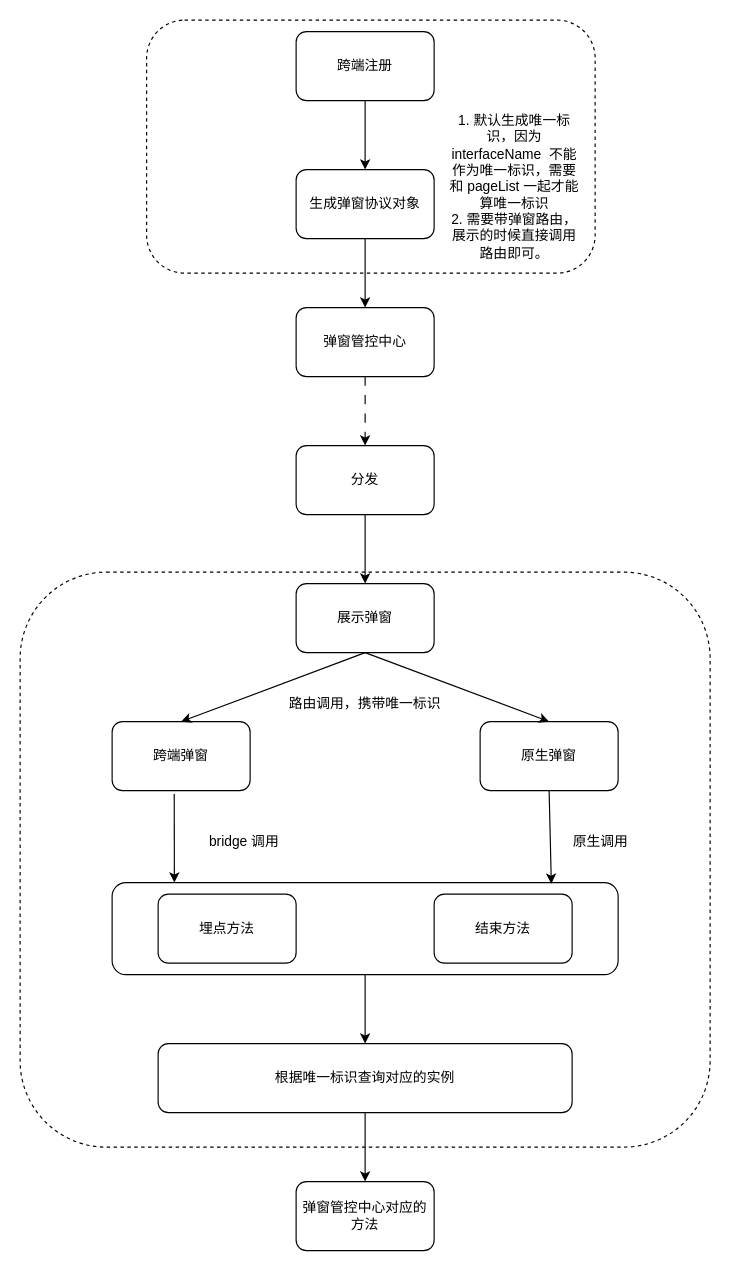
Above: 未命名绘图.drawio in fdd09/flow (draw.io), before the change. Source tidied: cells renumbered, new cells numbered last; positions are measured from the earlier drawing's top-left corner, leaving out a move shared by most shapes. Both pictures are drawn from the tidied source at 115%, with x=0, y=0 at pixel (20, 20).
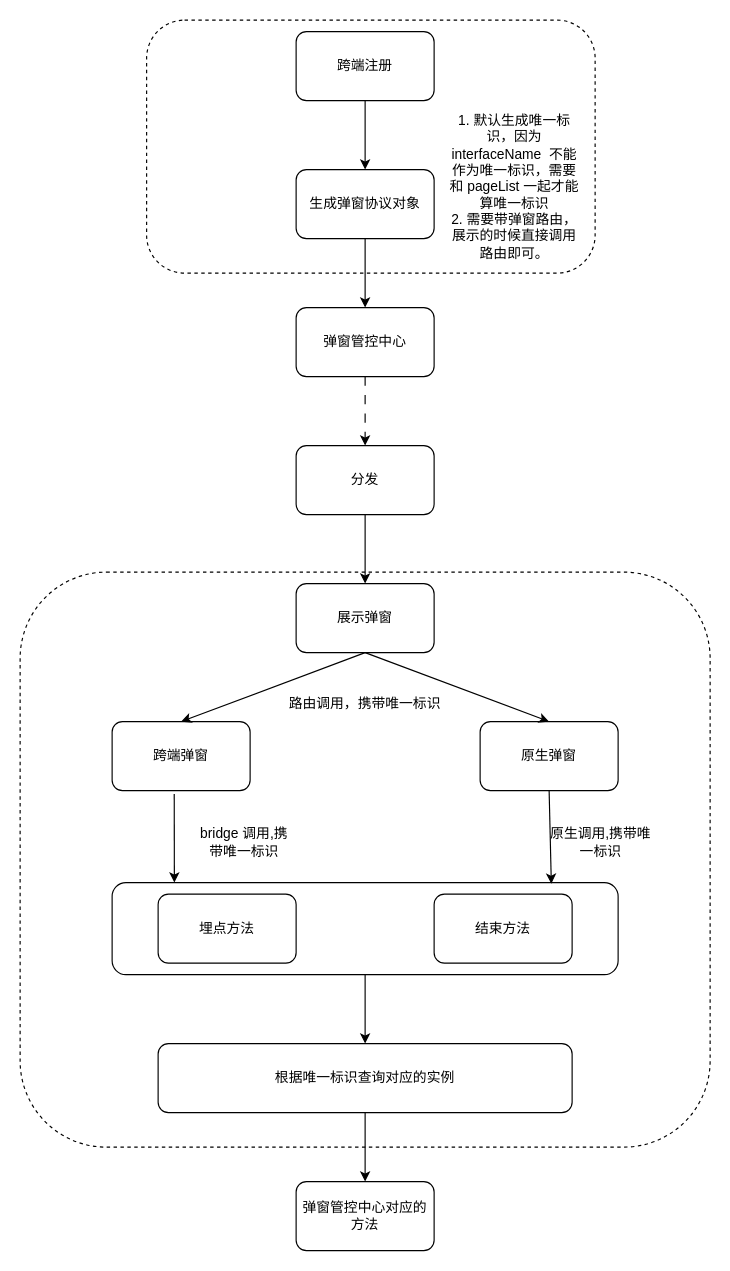
The same diagram, later.

Commit message:
更新未命名绘图.drawio

Diff of the diagram source:
```diff
@@
-    <mxCell id="28" value="bridge 调用" style="text;html=1;strokeColor=none;fillColor=none;align=center;verticalAlign=middle;whiteSpace=wrap;rounded=0;" parent="1" vertex="1">
+    <mxCell id="28" value="bridge 调用,携带唯一标识" style="text;html=1;strokeColor=none;fillColor=none;align=center;verticalAlign=middle;whiteSpace=wrap;rounded=0;" parent="1" vertex="1">
       <mxGeometry x="150" y="700" width="90" height="30" as="geometry" />
     </mxCell>
-    <mxCell id="29" value="原生调用" style="text;html=1;strokeColor=none;fillColor=none;align=center;verticalAlign=middle;whiteSpace=wrap;rounded=0;" parent="1" vertex="1">
+    <mxCell id="29" value="原生调用,携带唯一标识" style="text;html=1;strokeColor=none;fillColor=none;align=center;verticalAlign=middle;whiteSpace=wrap;rounded=0;" parent="1" vertex="1">
       <mxGeometry x="460" y="700" width="90" height="30" as="geometry" />
     </mxCell>
```
